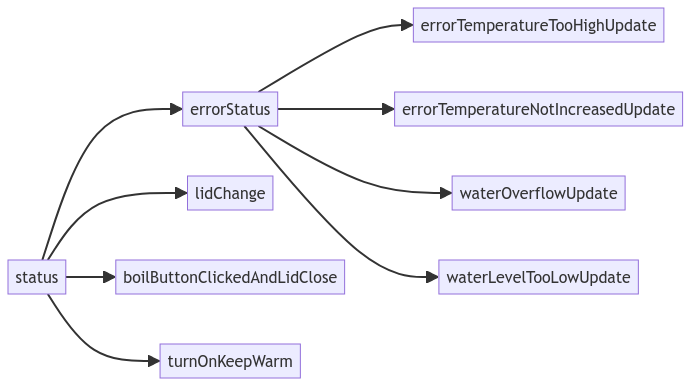
suzuki-taro-unofficial/frpot keeps this Mermaid diagram as images/status/status_call.png. Above is the earlier version. Its source is kept beside it as images/status/status_call.mermaid.
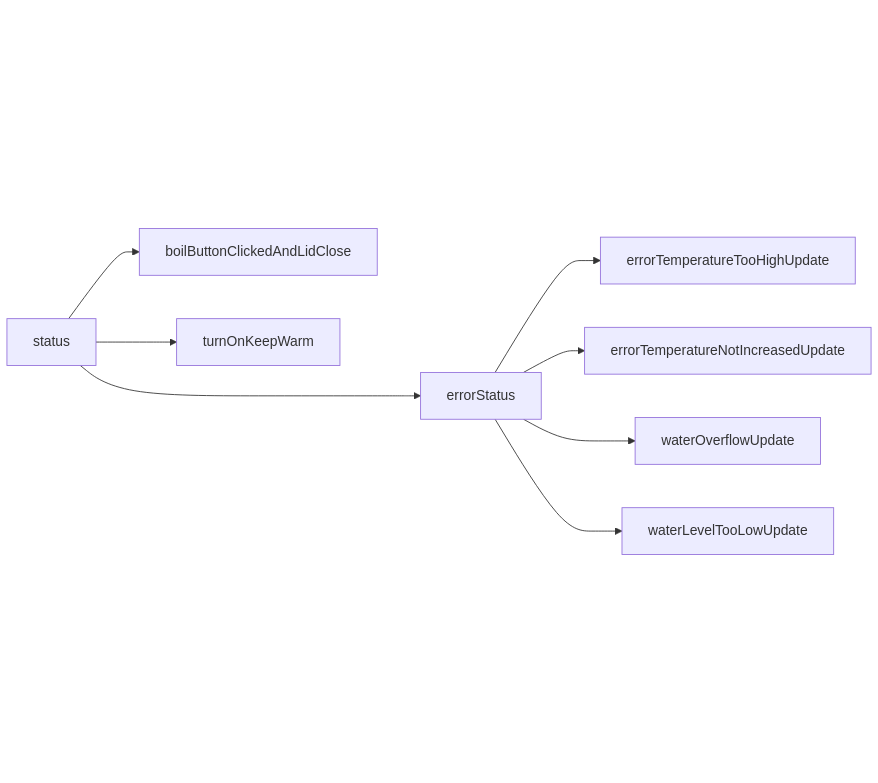
After the change.

The edit, as a diff of the source:
```diff
@@ -1,6 +1,5 @@
 graph LR
   status --> errorStatus
-  status --> lidChange
   status --> boilButtonClickedAndLidClose
   status --> turnOnKeepWarm
   errorStatus --> errorTemperatureTooHighUpdate
```
